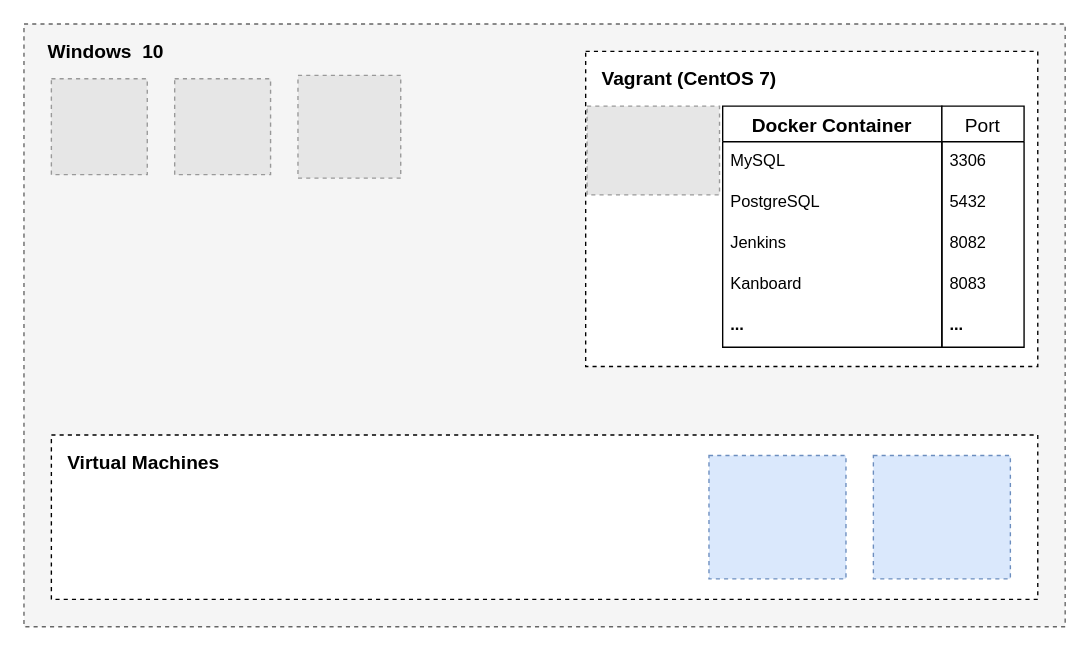
Earlier version of the draw.io diagram files/images/environment-architecture.drawio (cyberpau/dev). Source tidied: cells renumbered, new cells numbered last; positions are measured from the earlier drawing's top-left corner, leaving out a move shared by most shapes. Both pictures are drawn from the tidied source at 137%, with x=0, y=0 at pixel (23, 23). Pictures stored in the file or linked from it are replaced by grey dashed boxes.
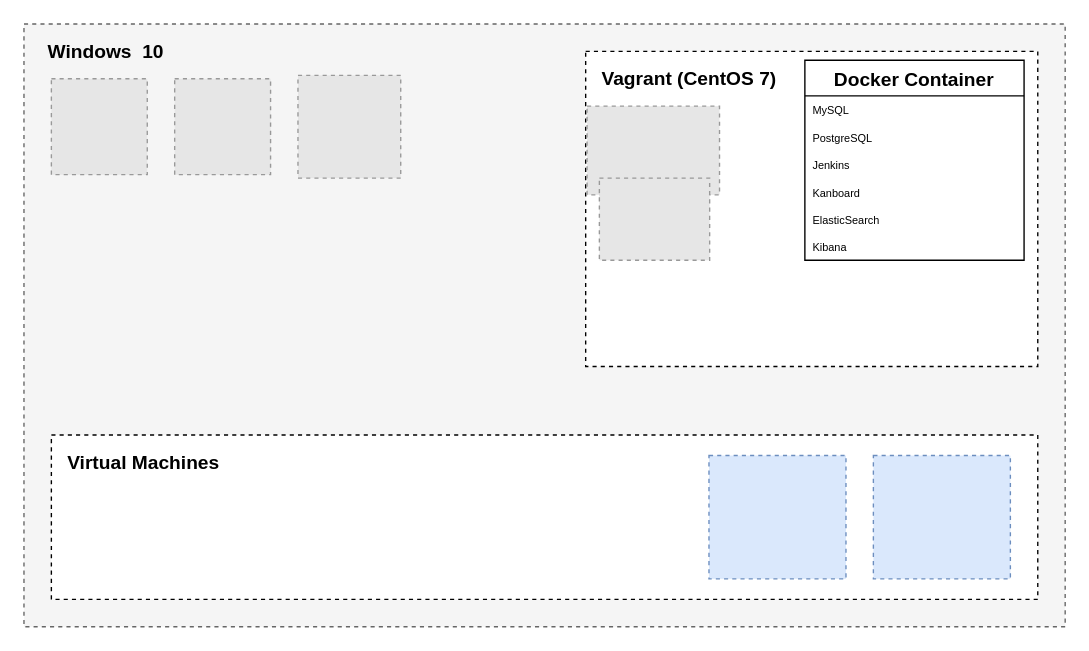
The same diagram, later.

Diff of the diagram source:
```diff
@@
-    <mxCell id="4" style="group;" parent="1" vertex="1">
-      <mxGeometry x="510" y="60" width="220" height="146" as="geometry" />
-    </mxCell>
-    <mxCell id="5" value="Docker Container" style="swimlane;fontStyle=1;horizontal=1;startSize=26;align=center;fontSize=14;" parent="4" vertex="1">
-      <mxGeometry width="160" height="176" as="geometry" />
-    </mxCell>
-    <mxCell id="6" value="MySQL" style="text;strokeColor=none;fillColor=none;spacingLeft=4;spacingRight=4;overflow=hidden;fontSize=12;" parent="5" vertex="1">
-      <mxGeometry y="26" width="160" height="30" as="geometry" />
-    </mxCell>
-    <mxCell id="7" value="PostgreSQL" style="text;strokeColor=none;fillColor=none;spacingLeft=4;spacingRight=4;overflow=hidden;fontSize=12;" parent="5" vertex="1">
-      <mxGeometry y="56" width="160" height="30" as="geometry" />
-    </mxCell>
-    <mxCell id="8" value="Jenkins" style="text;strokeColor=none;fillColor=none;spacingLeft=4;spacingRight=4;overflow=hidden;fontSize=12;" parent="5" vertex="1">
-      <mxGeometry y="86" width="160" height="30" as="geometry" />
-    </mxCell>
-    <mxCell id="9" value="Kanboard" style="text;strokeColor=none;fillColor=none;spacingLeft=4;spacingRight=4;overflow=hidden;fontSize=12;" parent="5" vertex="1">
-      <mxGeometry y="116" width="160" height="30" as="geometry" />
-    </mxCell>
-    <mxCell id="10" value="..." style="text;strokeColor=none;fillColor=none;spacingLeft=4;spacingRight=4;overflow=hidden;fontSize=12;fontStyle=1;" parent="5" vertex="1">
-      <mxGeometry y="146" width="160" height="30" as="geometry" />
-    </mxCell>
-    <mxCell id="11" value="Port" style="swimlane;fontStyle=0;horizontal=1;startSize=26;align=center;fontSize=14;" parent="4" vertex="1">
-      <mxGeometry x="160" width="60" height="176" as="geometry" />
-    </mxCell>
-    <mxCell id="12" value="3306" style="text;strokeColor=none;fillColor=none;spacingLeft=4;spacingRight=4;overflow=hidden;fontSize=12;" parent="11" vertex="1">
-      <mxGeometry y="26" width="60" height="30" as="geometry" />
-    </mxCell>
-    <mxCell id="13" value="5432" style="text;strokeColor=none;fillColor=none;spacingLeft=4;spacingRight=4;overflow=hidden;fontSize=12;" parent="11" vertex="1">
-      <mxGeometry y="56" width="60" height="30" as="geometry" />
-    </mxCell>
-    <mxCell id="14" value="8082" style="text;strokeColor=none;fillColor=none;spacingLeft=4;spacingRight=4;overflow=hidden;fontSize=12;" parent="11" vertex="1">
-      <mxGeometry y="86" width="60" height="30" as="geometry" />
-    </mxCell>
-    <mxCell id="15" value="8083" style="text;strokeColor=none;fillColor=none;spacingLeft=4;spacingRight=4;overflow=hidden;fontSize=12;" parent="11" vertex="1">
-      <mxGeometry y="116" width="60" height="30" as="geometry" />
-    </mxCell>
-    <mxCell id="16" value="..." style="text;strokeColor=none;fillColor=none;spacingLeft=4;spacingRight=4;overflow=hidden;fontSize=12;fontStyle=1;" parent="11" vertex="1">
-      <mxGeometry y="146" width="60" height="30" as="geometry" />
-    </mxCell>
@@
+    <mxCell id="27" style="fillColor=#E6E6E6;strokeColor=#999999;dashed=1;verticalLabelPosition=bottom;labelBackgroundColor=#ffffff;verticalAlign=top;" parent="1" vertex="1">
+      <mxGeometry x="420" y="112.5" width="80.5" height="60" as="geometry" />
+    </mxCell>
+    <mxCell id="5" value="Docker Container" style="swimlane;fontStyle=1;horizontal=1;startSize=26;align=center;fontSize=14;" parent="1" vertex="1">
+      <mxGeometry x="570" y="26.5" width="160" height="146" as="geometry" />
+    </mxCell>
+    <mxCell id="6" value="MySQL" style="text;strokeColor=none;fillColor=none;spacingLeft=4;spacingRight=4;overflow=hidden;fontSize=8;" parent="5" vertex="1">
+      <mxGeometry y="26" width="160" height="20" as="geometry" />
+    </mxCell>
+    <mxCell id="7" value="PostgreSQL" style="text;strokeColor=none;fillColor=none;spacingLeft=4;spacingRight=4;overflow=hidden;fontSize=8;" parent="5" vertex="1">
+      <mxGeometry y="46" width="160" height="20" as="geometry" />
+    </mxCell>
+    <mxCell id="8" value="Jenkins" style="text;strokeColor=none;fillColor=none;spacingLeft=4;spacingRight=4;overflow=hidden;fontSize=8;" parent="5" vertex="1">
+      <mxGeometry y="66" width="160" height="20" as="geometry" />
+    </mxCell>
+    <mxCell id="9" value="Kanboard" style="text;strokeColor=none;fillColor=none;spacingLeft=4;spacingRight=4;overflow=hidden;fontSize=8;" parent="5" vertex="1">
+      <mxGeometry y="86" width="160" height="20" as="geometry" />
+    </mxCell>
+    <mxCell id="28" value="ElasticSearch" style="text;strokeColor=none;fillColor=none;spacingLeft=4;spacingRight=4;overflow=hidden;fontSize=8;" parent="5" vertex="1">
+      <mxGeometry y="106" width="160" height="20" as="geometry" />
+    </mxCell>
+    <mxCell id="29" value="Kibana" style="text;strokeColor=none;fillColor=none;spacingLeft=4;spacingRight=4;overflow=hidden;fontSize=8;" parent="5" vertex="1">
+      <mxGeometry y="126" width="160" height="20" as="geometry" />
+    </mxCell>
```
